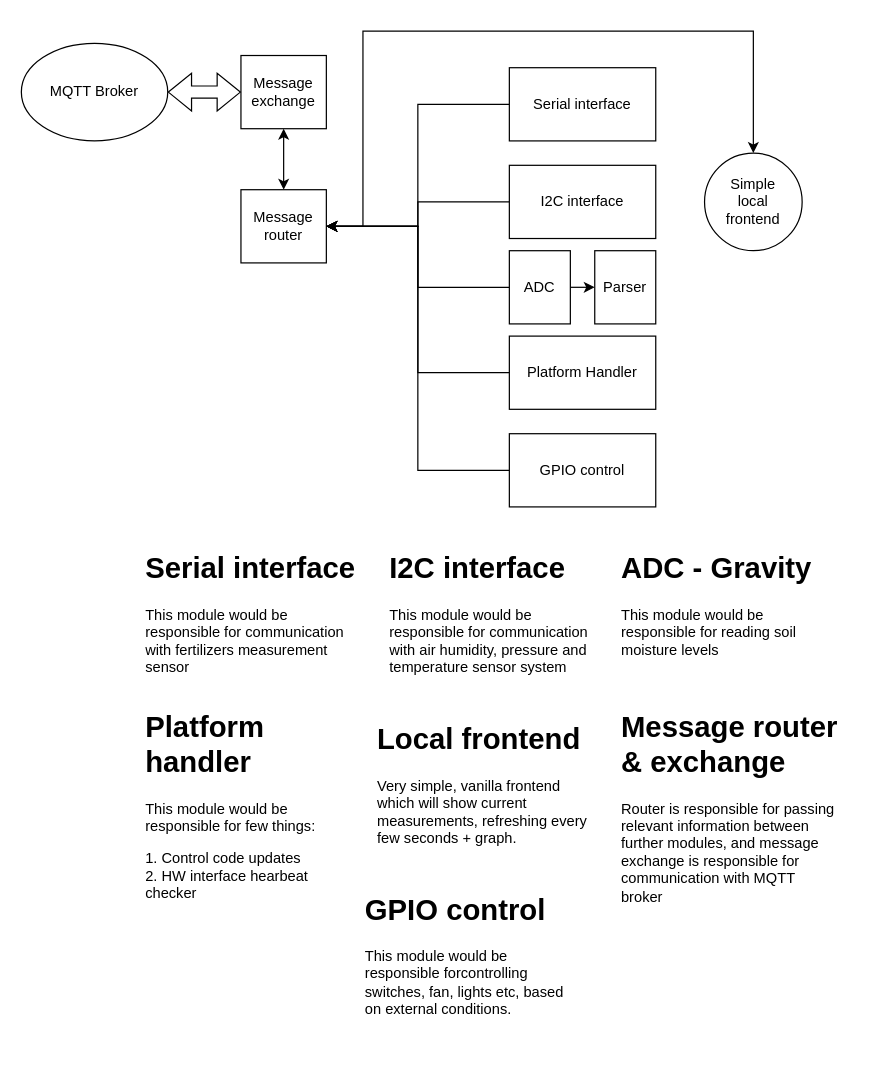
This is page "DeviceCodeArch" (3 of 5) of docs/models/Project.drawio from KhazAkar/ags, a draw.io file, before an edit. Source tidied: cells renumbered, new cells numbered last; positions are measured from the earlier drawing's top-left corner, leaving out a move shared by most shapes. Both pictures are drawn from the tidied source at 122%, with x=0, y=0 at pixel (21, 30).
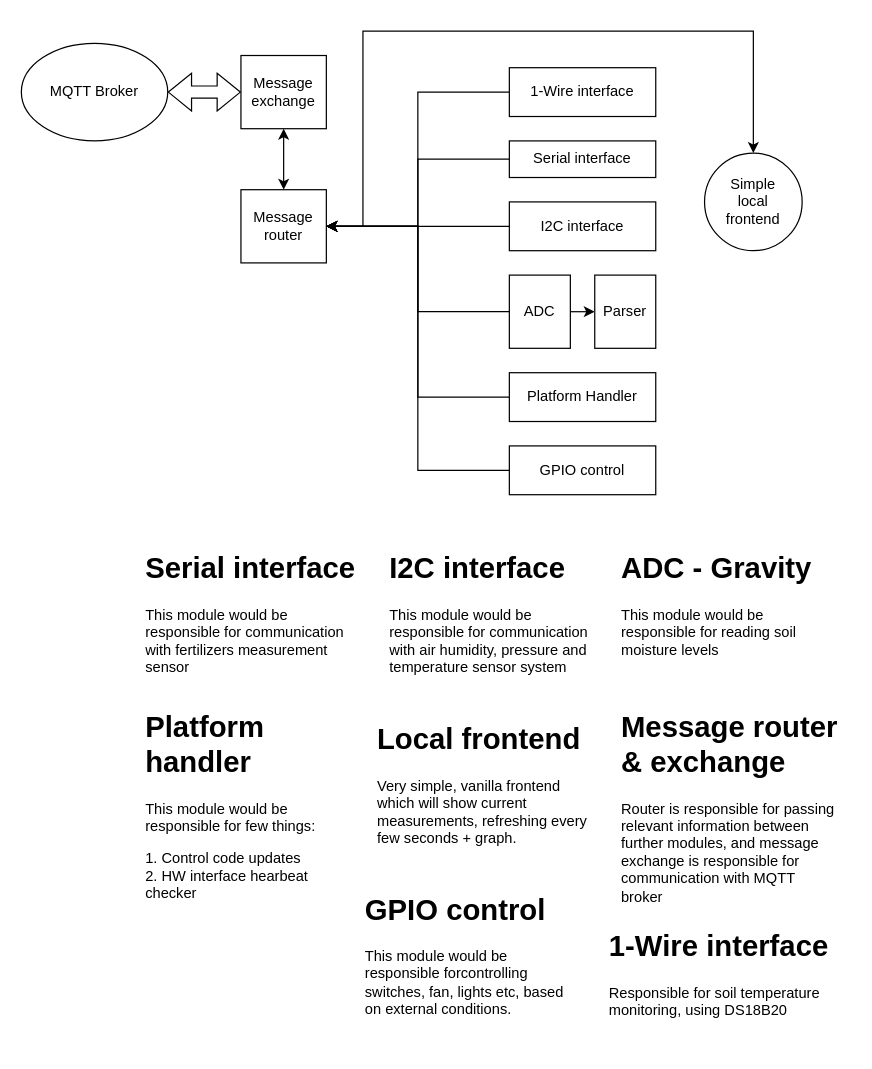
After the change.

Unchanged cells that the change refers to:
```xml
<mxCell id="21" value="Message&lt;div&gt;router&lt;/div&gt;" style="rounded=0;whiteSpace=wrap;html=1;" parent="1" vertex="1">
  <mxGeometry x="180" y="130" width="70" height="60" as="geometry" />
</mxCell>
```

Diff of the diagram source:
```diff
@@
     <mxCell id="3" value="Serial interface" style="rounded=0;whiteSpace=wrap;html=1;" parent="1" vertex="1">
-      <mxGeometry x="400" y="30" width="120" height="60" as="geometry" />
+      <mxGeometry x="400" y="90" width="120" height="30" as="geometry" />
     </mxCell>
@@
     <mxCell id="5" value="I2C interface" style="rounded=0;whiteSpace=wrap;html=1;" parent="1" vertex="1">
-      <mxGeometry x="400" y="110" width="120" height="60" as="geometry" />
+      <mxGeometry x="400" y="140" width="120" height="40" as="geometry" />
     </mxCell>
@@
     <mxCell id="8" value="Platform Handler" style="rounded=0;whiteSpace=wrap;html=1;" parent="1" vertex="1">
-      <mxGeometry x="400" y="250" width="120" height="60" as="geometry" />
+      <mxGeometry x="400" y="280" width="120" height="40" as="geometry" />
     </mxCell>
@@
     <mxCell id="15" value="ADC" style="rounded=0;whiteSpace=wrap;html=1;" parent="1" vertex="1">
-      <mxGeometry x="400" y="180" width="50" height="60" as="geometry" />
+      <mxGeometry x="400" y="200" width="50" height="60" as="geometry" />
     </mxCell>
     <mxCell id="16" value="Parser" style="rounded=0;whiteSpace=wrap;html=1;" parent="1" vertex="1">
-      <mxGeometry x="470" y="180" width="50" height="60" as="geometry" />
+      <mxGeometry x="470" y="200" width="50" height="60" as="geometry" />
     </mxCell>
@@
     <mxCell id="26" value="GPIO control" style="rounded=0;whiteSpace=wrap;html=1;" parent="1" vertex="1">
-      <mxGeometry x="400" y="330" width="120" height="60" as="geometry" />
+      <mxGeometry x="400" y="340" width="120" height="40" as="geometry" />
     </mxCell>
@@
+    <mxCell id="28" value="&lt;h1 style=&quot;margin-top: 0px;&quot;&gt;1-Wire interface&lt;/h1&gt;&lt;p&gt;Responsible for soil temperature monitoring, using DS18B20&lt;/p&gt;" style="text;html=1;whiteSpace=wrap;overflow=hidden;rounded=0;" parent="1" vertex="1">
+      <mxGeometry x="480" y="730" width="200" height="100" as="geometry" />
+    </mxCell>
+    <mxCell id="29" style="edgeStyle=orthogonalEdgeStyle;rounded=0;jettySize=auto;html=1;exitX=0;exitY=0.5;exitDx=0;exitDy=0;entryX=1;entryY=0.5;entryDx=0;entryDy=0;" parent="1" edge="1" source="30" target="21">
+      <mxGeometry relative="1" as="geometry" />
+    </mxCell>
+    <mxCell id="30" value="1-Wire interface" style="rounded=0;whiteSpace=wrap;html=1;" parent="1" vertex="1">
+      <mxGeometry x="400" y="30" width="120" height="40" as="geometry" />
+    </mxCell>
```
